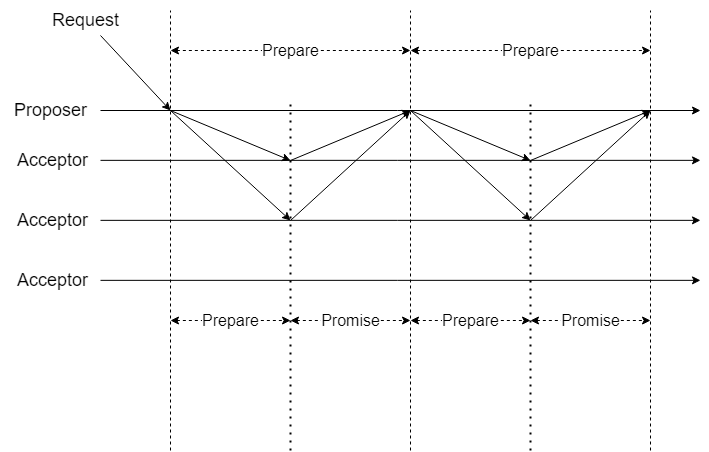
Earlier version of the draw.io export Paxos算法流程.drawio.png (FEDuang/pictures). Source tidied: cells renumbered, new cells last; positions are measured from the earlier drawing's top-left corner, leaving out a move shared by most shapes.
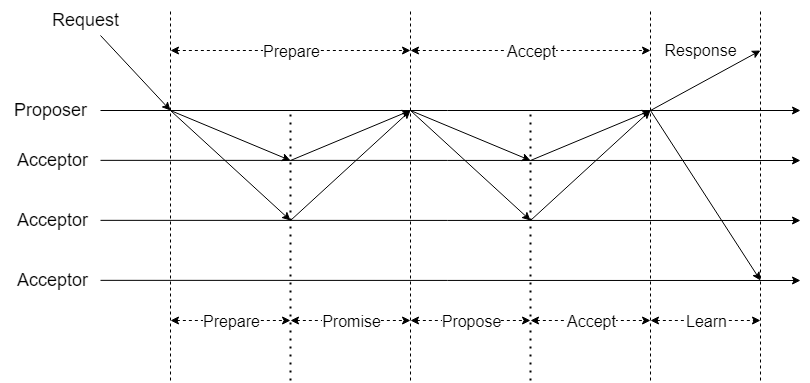
The same file after the commit.

Commit message:
更新Paxos算法流程.drawio.png

Diff of the diagram source:
```diff
@@ -5,13 +5,13 @@
     <mxCell id="2" style="endArrow=classic;html=1;rounded=0;fontSize=18;" parent="1" edge="1">
       <mxGeometry relative="1" as="geometry">
         <mxPoint x="100" y="110" as="sourcePoint" />
-        <mxPoint x="700" y="110" as="targetPoint" />
+        <mxPoint x="800" y="110" as="targetPoint" />
       </mxGeometry>
     </mxCell>
     <mxCell id="3" style="endArrow=classic;html=1;rounded=0;fontSize=18;" parent="1" edge="1">
       <mxGeometry relative="1" as="geometry">
         <mxPoint x="100" y="159.8" as="sourcePoint" />
-        <mxPoint x="700" y="159.8" as="targetPoint" />
+        <mxPoint x="800" y="160" as="targetPoint" />
       </mxGeometry>
     </mxCell>
     <mxCell id="4" value="&lt;font style=&quot;font-size: 18px;&quot;&gt;Proposer&lt;br style=&quot;font-size: 18px;&quot;&gt;&lt;/font&gt;" style="text;html=1;align=center;verticalAlign=middle;strokeColor=none;fillColor=none;fontSize=18;" parent="1" vertex="1">
@@ -23,7 +23,7 @@
     <mxCell id="6" style="endArrow=classic;html=1;rounded=0;fontSize=18;" parent="1" edge="1">
       <mxGeometry relative="1" as="geometry">
         <mxPoint x="100" y="219.9" as="sourcePoint" />
-        <mxPoint x="700" y="219.9" as="targetPoint" />
+        <mxPoint x="800" y="220" as="targetPoint" />
       </mxGeometry>
     </mxCell>
     <mxCell id="7" value="&lt;font style=&quot;font-size: 18px;&quot;&gt;&amp;nbsp;Acceptor&lt;br style=&quot;font-size: 18px;&quot;&gt;&lt;/font&gt;" style="text;html=1;align=center;verticalAlign=middle;strokeColor=none;fillColor=none;fontSize=18;" parent="1" vertex="1">
@@ -32,7 +32,7 @@
     <mxCell id="8" style="endArrow=classic;html=1;rounded=0;fontSize=18;" parent="1" edge="1">
       <mxGeometry relative="1" as="geometry">
         <mxPoint x="100" y="279.9" as="sourcePoint" />
-        <mxPoint x="700" y="279.9" as="targetPoint" />
+        <mxPoint x="800" y="280" as="targetPoint" />
       </mxGeometry>
     </mxCell>
     <mxCell id="9" value="&lt;font style=&quot;font-size: 18px;&quot;&gt;&amp;nbsp;Acceptor&lt;br style=&quot;font-size: 18px;&quot;&gt;&lt;/font&gt;" style="text;html=1;align=center;verticalAlign=middle;strokeColor=none;fillColor=none;fontSize=18;" parent="1" vertex="1">
@@ -49,7 +49,7 @@
     </mxCell>
     <mxCell id="12" style="endArrow=none;dashed=1;html=1;rounded=0;fontSize=18;" parent="1" edge="1">
       <mxGeometry relative="1" as="geometry">
-        <mxPoint x="170" y="450" as="sourcePoint" />
+        <mxPoint x="170" y="380" as="sourcePoint" />
         <mxPoint x="170" y="10" as="targetPoint" />
       </mxGeometry>
     </mxCell>
@@ -67,13 +67,13 @@
     </mxCell>
     <mxCell id="15" style="endArrow=none;dashed=1;html=1;dashPattern=1 3;strokeWidth=2;rounded=0;fontSize=18;" parent="1" edge="1">
       <mxGeometry relative="1" as="geometry">
-        <mxPoint x="290" y="450" as="sourcePoint" />
-        <mxPoint x="290" y="100" as="targetPoint" />
+        <mxPoint x="290" y="380" as="sourcePoint" />
+        <mxPoint x="290" y="110" as="targetPoint" />
       </mxGeometry>
     </mxCell>
     <mxCell id="16" style="endArrow=none;dashed=1;html=1;rounded=0;fontSize=18;" parent="1" edge="1">
       <mxGeometry relative="1" as="geometry">
-        <mxPoint x="410" y="450" as="sourcePoint" />
+        <mxPoint x="410" y="380" as="sourcePoint" />
         <mxPoint x="410" y="10" as="targetPoint" />
       </mxGeometry>
     </mxCell>
@@ -130,13 +130,13 @@
     </mxCell>
     <mxCell id="27" style="endArrow=none;dashed=1;html=1;dashPattern=1 3;strokeWidth=2;rounded=0;fontSize=18;" parent="1" edge="1">
       <mxGeometry relative="1" as="geometry">
-        <mxPoint x="530" y="450" as="sourcePoint" />
-        <mxPoint x="530" y="100" as="targetPoint" />
+        <mxPoint x="530" y="380" as="sourcePoint" />
+        <mxPoint x="530" y="110" as="targetPoint" />
       </mxGeometry>
     </mxCell>
     <mxCell id="28" style="endArrow=none;dashed=1;html=1;rounded=0;fontSize=18;" parent="1" edge="1">
       <mxGeometry relative="1" as="geometry">
-        <mxPoint x="650" y="450" as="sourcePoint" />
+        <mxPoint x="650" y="380" as="sourcePoint" />
         <mxPoint x="650" y="10" as="targetPoint" />
       </mxGeometry>
     </mxCell>
@@ -146,7 +146,7 @@
         <mxPoint x="650" y="50" as="targetPoint" />
       </mxGeometry>
     </mxCell>
-    <mxCell id="30" value="Prepare" style="edgeLabel;html=1;align=center;verticalAlign=middle;fontSize=16;" parent="29" vertex="1">
+    <mxCell id="30" value="Accept" style="edgeLabel;html=1;align=center;verticalAlign=middle;fontSize=16;" parent="29" vertex="1">
       <mxGeometry relative="1" as="geometry" />
     </mxCell>
     <mxCell id="31" style="endArrow=classic;html=1;rounded=0;fontSize=18;" parent="1" edge="1">
@@ -167,7 +167,7 @@
         <mxPoint x="530" y="320" as="targetPoint" />
       </mxGeometry>
     </mxCell>
-    <mxCell id="34" value="Prepare" style="edgeLabel;html=1;align=center;verticalAlign=middle;fontSize=16;" parent="33" vertex="1">
+    <mxCell id="34" value="Propose" style="edgeLabel;html=1;align=center;verticalAlign=middle;fontSize=16;" parent="33" vertex="1">
       <mxGeometry relative="1" as="geometry" />
     </mxCell>
     <mxCell id="35" style="endArrow=classic;html=1;rounded=0;fontSize=18;dashed=1;startArrow=classic;startFill=1;" parent="1" edge="1">
@@ -176,8 +176,38 @@
         <mxPoint x="650" y="320" as="targetPoint" />
       </mxGeometry>
     </mxCell>
-    <mxCell id="36" value="Promise" style="edgeLabel;html=1;align=center;verticalAlign=middle;fontSize=16;" parent="35" vertex="1">
+    <mxCell id="36" value="Accept" style="edgeLabel;html=1;align=center;verticalAlign=middle;fontSize=16;" parent="35" vertex="1">
       <mxGeometry relative="1" as="geometry" />
     </mxCell>
+    <mxCell id="37" style="endArrow=none;dashed=1;html=1;rounded=0;fontSize=18;" parent="1" edge="1">
+      <mxGeometry relative="1" as="geometry">
+        <mxPoint x="760" y="380" as="sourcePoint" />
+        <mxPoint x="760" y="10" as="targetPoint" />
+      </mxGeometry>
+    </mxCell>
+    <mxCell id="38" style="endArrow=classic;html=1;rounded=0;fontSize=16;" parent="1" edge="1">
+      <mxGeometry relative="1" as="geometry">
+        <mxPoint x="650" y="110" as="sourcePoint" />
+        <mxPoint x="760" y="50" as="targetPoint" />
+      </mxGeometry>
+    </mxCell>
+    <mxCell id="39" value="Response" style="text;html=1;align=center;verticalAlign=middle;strokeColor=none;fillColor=none;fontSize=16;" parent="1" vertex="1">
+      <mxGeometry x="650" y="35" width="100" height="30" as="geometry" />
+    </mxCell>
+    <mxCell id="40" style="endArrow=classic;html=1;rounded=0;fontSize=16;" parent="1" edge="1">
+      <mxGeometry relative="1" as="geometry">
+        <mxPoint x="650" y="110" as="sourcePoint" />
+        <mxPoint x="760" y="280" as="targetPoint" />
+      </mxGeometry>
+    </mxCell>
+    <mxCell id="41" style="endArrow=classic;html=1;rounded=0;fontSize=18;dashed=1;startArrow=classic;startFill=1;" parent="1" edge="1">
+      <mxGeometry relative="1" as="geometry">
+        <mxPoint x="650" y="320" as="sourcePoint" />
+        <mxPoint x="760" y="320" as="targetPoint" />
+      </mxGeometry>
+    </mxCell>
+    <mxCell id="42" value="Learn" style="edgeLabel;html=1;align=center;verticalAlign=middle;fontSize=16;" parent="41" vertex="1">
+      <mxGeometry relative="1" as="geometry" />
+    </mxCell>
   </root>
 </mxGraphModel>
```
